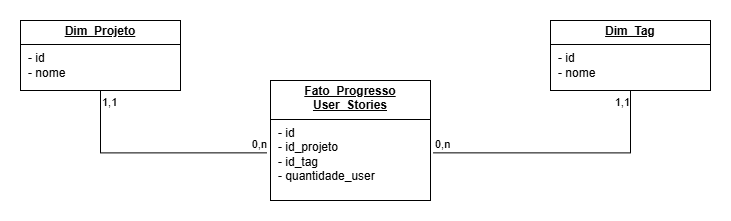
The draw.io diagram docs/data_warehouse/diagramas/V1.0.png in QuantumBitBR/API_5SEM, before a commit. Source tidied: cells renumbered, new cells last; positions are measured from the earlier drawing's top-left corner, leaving out a move shared by most shapes.
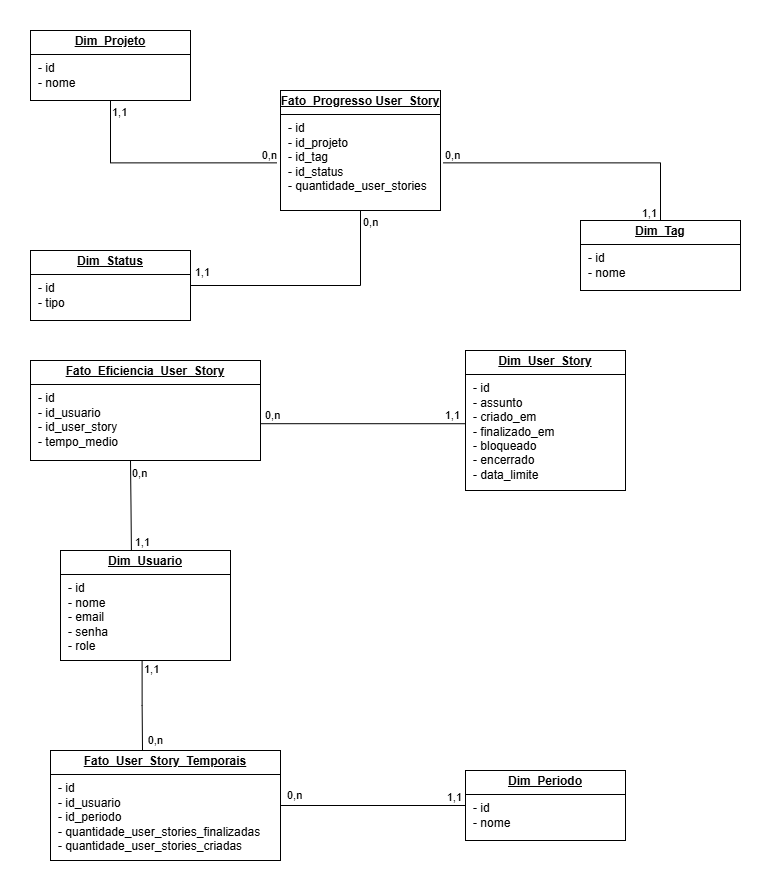
After the commit.

The edit, as a diff of the source:
```diff
@@ -2,14 +2,14 @@
   <root>
     <mxCell id="0" />
     <mxCell id="1" parent="0" />
-    <mxCell id="2" value="&lt;p style=&quot;margin:0px;margin-top:4px;text-align:center;text-decoration:underline;&quot;&gt;&lt;b&gt;Fato_Progresso User_Stories&lt;/b&gt;&lt;/p&gt;&lt;hr size=&quot;1&quot; style=&quot;border-style:solid;&quot;&gt;&lt;p style=&quot;margin:0px;margin-left:8px;&quot;&gt;- id&lt;/p&gt;&lt;p style=&quot;margin:0px;margin-left:8px;&quot;&gt;- id_projeto&lt;/p&gt;&lt;p style=&quot;margin:0px;margin-left:8px;&quot;&gt;- id_tag&lt;/p&gt;&lt;p style=&quot;margin:0px;margin-left:8px;&quot;&gt;- quantidade_user&lt;/p&gt;" style="verticalAlign=top;align=left;overflow=fill;html=1;whiteSpace=wrap;" parent="1" vertex="1">
+    <mxCell id="2" value="&lt;p style=&quot;margin:0px;margin-top:4px;text-align:center;text-decoration:underline;&quot;&gt;&lt;b&gt;Fato_Progresso User_Story&lt;/b&gt;&lt;/p&gt;&lt;hr size=&quot;1&quot; style=&quot;border-style:solid;&quot;&gt;&lt;p style=&quot;margin:0px;margin-left:8px;&quot;&gt;- id&lt;/p&gt;&lt;p style=&quot;margin:0px;margin-left:8px;&quot;&gt;- id_projeto&lt;/p&gt;&lt;p style=&quot;margin:0px;margin-left:8px;&quot;&gt;- id_tag&lt;/p&gt;&lt;p style=&quot;margin:0px;margin-left:8px;&quot;&gt;- id_status&lt;/p&gt;&lt;p style=&quot;margin:0px;margin-left:8px;&quot;&gt;- quantidade_user_stories&lt;/p&gt;" style="verticalAlign=top;align=left;overflow=fill;html=1;whiteSpace=wrap;" parent="1" vertex="1">
       <mxGeometry x="250" y="60" width="160" height="120" as="geometry" />
     </mxCell>
     <mxCell id="3" value="&lt;p style=&quot;margin:0px;margin-top:4px;text-align:center;text-decoration:underline;&quot;&gt;&lt;b&gt;Dim_Projeto&lt;/b&gt;&lt;/p&gt;&lt;hr size=&quot;1&quot; style=&quot;border-style:solid;&quot;&gt;&lt;p style=&quot;margin:0px;margin-left:8px;&quot;&gt;- id&lt;/p&gt;&lt;p style=&quot;margin:0px;margin-left:8px;&quot;&gt;- nome&lt;/p&gt;" style="verticalAlign=top;align=left;overflow=fill;html=1;whiteSpace=wrap;" parent="1" vertex="1">
       <mxGeometry width="160" height="70" as="geometry" />
     </mxCell>
     <mxCell id="4" value="&lt;p style=&quot;margin:0px;margin-top:4px;text-align:center;text-decoration:underline;&quot;&gt;&lt;b&gt;Dim_Tag&lt;/b&gt;&lt;/p&gt;&lt;hr size=&quot;1&quot; style=&quot;border-style:solid;&quot;&gt;&lt;p style=&quot;margin:0px;margin-left:8px;&quot;&gt;- id&lt;/p&gt;&lt;p style=&quot;margin:0px;margin-left:8px;&quot;&gt;- nome&lt;/p&gt;" style="verticalAlign=top;align=left;overflow=fill;html=1;whiteSpace=wrap;" parent="1" vertex="1">
-      <mxGeometry x="530" width="160" height="70" as="geometry" />
+      <mxGeometry x="550" y="190" width="160" height="70" as="geometry" />
     </mxCell>
     <mxCell id="5" style="endArrow=none;html=1;edgeStyle=orthogonalEdgeStyle;rounded=0;exitX=0.5;exitY=1;exitDx=0;exitDy=0;entryX=-0.022;entryY=0.603;entryDx=0;entryDy=0;entryPerimeter=0;" parent="1" edge="1" source="3" target="2">
       <mxGeometry relative="1" as="geometry" />
@@ -22,7 +22,7 @@
     <mxCell id="7" value="0,n" style="edgeLabel;html=1;align=right;verticalAlign=bottom;" parent="5" vertex="1">
       <mxGeometry x="1" relative="1" as="geometry" />
     </mxCell>
-    <mxCell id="8" style="endArrow=none;html=1;edgeStyle=orthogonalEdgeStyle;rounded=0;entryX=0.5;entryY=1;entryDx=0;entryDy=0;exitX=1.018;exitY=0.603;exitDx=0;exitDy=0;exitPerimeter=0;" parent="1" edge="1" source="2" target="4">
+    <mxCell id="8" style="endArrow=none;html=1;edgeStyle=orthogonalEdgeStyle;rounded=0;entryX=0.5;entryY=0;entryDx=0;entryDy=0;exitX=1.018;exitY=0.603;exitDx=0;exitDy=0;exitPerimeter=0;" parent="1" edge="1" source="2" target="4">
       <mxGeometry relative="1" as="geometry" />
     </mxCell>
     <mxCell id="9" value="0,n" style="edgeLabel;html=1;align=left;verticalAlign=bottom;" parent="8" vertex="1">
@@ -30,8 +30,95 @@
     </mxCell>
     <mxCell id="10" value="1,1" style="edgeLabel;html=1;align=right;verticalAlign=bottom;" parent="8" vertex="1">
       <mxGeometry x="1" relative="1" as="geometry">
-        <mxPoint y="20" as="offset" />
+        <mxPoint x="-3" as="offset" />
       </mxGeometry>
     </mxCell>
+    <mxCell id="11" value="&lt;p style=&quot;margin:0px;margin-top:4px;text-align:center;text-decoration:underline;&quot;&gt;&lt;b&gt;Dim_Status&lt;/b&gt;&lt;/p&gt;&lt;hr size=&quot;1&quot; style=&quot;border-style:solid;&quot;&gt;&lt;p style=&quot;margin:0px;margin-left:8px;&quot;&gt;- id&lt;/p&gt;&lt;p style=&quot;margin:0px;margin-left:8px;&quot;&gt;- tipo&lt;/p&gt;" style="verticalAlign=top;align=left;overflow=fill;html=1;whiteSpace=wrap;" parent="1" vertex="1">
+      <mxGeometry y="220" width="160" height="70" as="geometry" />
+    </mxCell>
+    <mxCell id="12" style="endArrow=none;html=1;edgeStyle=orthogonalEdgeStyle;rounded=0;entryX=1;entryY=0.5;entryDx=0;entryDy=0;exitX=0.5;exitY=1;exitDx=0;exitDy=0;" parent="1" edge="1" source="2" target="11">
+      <mxGeometry relative="1" as="geometry" />
+    </mxCell>
+    <mxCell id="13" value="0,n" style="edgeLabel;html=1;align=left;verticalAlign=bottom;" parent="12" vertex="1">
+      <mxGeometry x="-1" relative="1" as="geometry">
+        <mxPoint x="1" y="20" as="offset" />
+      </mxGeometry>
+    </mxCell>
+    <mxCell id="14" value="1,1" style="edgeLabel;html=1;align=right;verticalAlign=bottom;" parent="12" vertex="1">
+      <mxGeometry x="1" relative="1" as="geometry">
+        <mxPoint x="20" y="-5" as="offset" />
+      </mxGeometry>
+    </mxCell>
+    <mxCell id="15" value="&lt;p style=&quot;margin:0px;margin-top:4px;text-align:center;text-decoration:underline;&quot;&gt;&lt;b&gt;Fato_User_Story_Temporais&lt;/b&gt;&lt;/p&gt;&lt;hr size=&quot;1&quot; style=&quot;border-style:solid;&quot;&gt;&lt;p style=&quot;margin:0px;margin-left:8px;&quot;&gt;- id&lt;/p&gt;&lt;p style=&quot;margin:0px;margin-left:8px;&quot;&gt;- id_usuario&lt;/p&gt;&lt;p style=&quot;margin:0px;margin-left:8px;&quot;&gt;- id_periodo&lt;/p&gt;&lt;p style=&quot;margin:0px;margin-left:8px;&quot;&gt;- quantidade_user_stories_finalizadas&lt;/p&gt;&lt;p style=&quot;margin:0px;margin-left:8px;&quot;&gt;- quantidade_user_stories_criadas&lt;/p&gt;" style="verticalAlign=top;align=left;overflow=fill;html=1;whiteSpace=wrap;" parent="1" vertex="1">
+      <mxGeometry x="20" y="720" width="230" height="110" as="geometry" />
+    </mxCell>
+    <mxCell id="16" value="&lt;p style=&quot;margin:0px;margin-top:4px;text-align:center;text-decoration:underline;&quot;&gt;&lt;b&gt;Dim_Periodo&lt;/b&gt;&lt;/p&gt;&lt;hr size=&quot;1&quot; style=&quot;border-style:solid;&quot;&gt;&lt;p style=&quot;margin:0px;margin-left:8px;&quot;&gt;- id&lt;/p&gt;&lt;p style=&quot;margin:0px;margin-left:8px;&quot;&gt;- nome&lt;/p&gt;" style="verticalAlign=top;align=left;overflow=fill;html=1;whiteSpace=wrap;" parent="1" vertex="1">
+      <mxGeometry x="435" y="740" width="160" height="70" as="geometry" />
+    </mxCell>
+    <mxCell id="17" style="endArrow=none;html=1;edgeStyle=orthogonalEdgeStyle;rounded=0;entryX=0;entryY=0.5;entryDx=0;entryDy=0;exitX=1;exitY=0.5;exitDx=0;exitDy=0;" parent="1" edge="1" source="15" target="16">
+      <mxGeometry relative="1" as="geometry" />
+    </mxCell>
+    <mxCell id="18" value="0,n" style="edgeLabel;html=1;align=left;verticalAlign=bottom;" parent="17" vertex="1">
+      <mxGeometry x="-1" relative="1" as="geometry">
+        <mxPoint x="5" y="-2" as="offset" />
+      </mxGeometry>
+    </mxCell>
+    <mxCell id="19" value="1,1" style="edgeLabel;html=1;align=right;verticalAlign=bottom;" parent="17" vertex="1">
+      <mxGeometry x="1" relative="1" as="geometry">
+        <mxPoint x="-3" as="offset" />
+      </mxGeometry>
+    </mxCell>
+    <mxCell id="20" value="&lt;p style=&quot;margin:0px;margin-top:4px;text-align:center;text-decoration:underline;&quot;&gt;&lt;b&gt;Fato_Eficiencia_User_Story&lt;/b&gt;&lt;/p&gt;&lt;hr size=&quot;1&quot; style=&quot;border-style:solid;&quot;&gt;&lt;p style=&quot;margin:0px;margin-left:8px;&quot;&gt;- id&lt;/p&gt;&lt;p style=&quot;margin:0px;margin-left:8px;&quot;&gt;- id_usuario&lt;/p&gt;&lt;p style=&quot;margin:0px;margin-left:8px;&quot;&gt;- id_user_story&lt;/p&gt;&lt;p style=&quot;margin:0px;margin-left:8px;&quot;&gt;- tempo_medio&lt;/p&gt;" style="verticalAlign=top;align=left;overflow=fill;html=1;whiteSpace=wrap;" parent="1" vertex="1">
+      <mxGeometry y="330" width="230" height="100" as="geometry" />
+    </mxCell>
+    <mxCell id="21" value="&lt;p style=&quot;margin:0px;margin-top:4px;text-align:center;text-decoration:underline;&quot;&gt;&lt;b&gt;Dim_User_Story&lt;/b&gt;&lt;/p&gt;&lt;hr size=&quot;1&quot; style=&quot;border-style:solid;&quot;&gt;&lt;p style=&quot;margin:0px;margin-left:8px;&quot;&gt;- id&lt;/p&gt;&lt;p style=&quot;margin:0px;margin-left:8px;&quot;&gt;- assunto&lt;/p&gt;&lt;p style=&quot;margin:0px;margin-left:8px;&quot;&gt;- criado_em&lt;/p&gt;&lt;p style=&quot;margin:0px;margin-left:8px;&quot;&gt;- finalizado_em&lt;/p&gt;&lt;p style=&quot;margin:0px;margin-left:8px;&quot;&gt;- bloqueado&lt;/p&gt;&lt;p style=&quot;margin:0px;margin-left:8px;&quot;&gt;- encerrado&lt;/p&gt;&lt;p style=&quot;margin:0px;margin-left:8px;&quot;&gt;- data_limite&lt;/p&gt;" style="verticalAlign=top;align=left;overflow=fill;html=1;whiteSpace=wrap;" parent="1" vertex="1">
+      <mxGeometry x="435" y="320" width="160" height="140" as="geometry" />
+    </mxCell>
+    <mxCell id="22" value="&lt;p style=&quot;margin:0px;margin-top:4px;text-align:center;text-decoration:underline;&quot;&gt;&lt;b&gt;Dim_Usuario&lt;/b&gt;&lt;/p&gt;&lt;hr size=&quot;1&quot; style=&quot;border-style:solid;&quot;&gt;&lt;p style=&quot;margin:0px;margin-left:8px;&quot;&gt;- id&lt;/p&gt;&lt;p style=&quot;margin:0px;margin-left:8px;&quot;&gt;- nome&lt;/p&gt;&lt;p style=&quot;margin:0px;margin-left:8px;&quot;&gt;- email&lt;/p&gt;&lt;p style=&quot;margin:0px;margin-left:8px;&quot;&gt;- senha&lt;/p&gt;&lt;p style=&quot;margin:0px;margin-left:8px;&quot;&gt;- role&lt;/p&gt;" style="verticalAlign=top;align=left;overflow=fill;html=1;whiteSpace=wrap;" parent="1" vertex="1">
+      <mxGeometry x="30" y="520" width="170" height="110" as="geometry" />
+    </mxCell>
+    <mxCell id="23" style="endArrow=none;html=1;edgeStyle=orthogonalEdgeStyle;rounded=0;exitX=0.999;exitY=0.632;exitDx=0;exitDy=0;exitPerimeter=0;entryX=0;entryY=0.523;entryDx=0;entryDy=0;entryPerimeter=0;" parent="1" edge="1" source="20" target="21">
+      <mxGeometry relative="1" as="geometry" />
+    </mxCell>
+    <mxCell id="24" value="0,n" style="edgeLabel;html=1;align=left;verticalAlign=bottom;" parent="23" vertex="1">
+      <mxGeometry x="-1" relative="1" as="geometry">
+        <mxPoint x="3" as="offset" />
+      </mxGeometry>
+    </mxCell>
+    <mxCell id="25" value="1,1" style="edgeLabel;html=1;align=right;verticalAlign=bottom;" parent="23" vertex="1">
+      <mxGeometry x="1" relative="1" as="geometry">
+        <mxPoint x="-5" as="offset" />
+      </mxGeometry>
+    </mxCell>
+    <mxCell id="26" style="endArrow=none;html=1;edgeStyle=orthogonalEdgeStyle;rounded=0;entryX=0.417;entryY=-0.004;entryDx=0;entryDy=0;entryPerimeter=0;" parent="1" edge="1" target="22">
+      <mxGeometry relative="1" as="geometry">
+        <mxPoint x="100" y="430" as="sourcePoint" />
+      </mxGeometry>
+    </mxCell>
+    <mxCell id="27" value="0,n" style="edgeLabel;html=1;align=left;verticalAlign=bottom;" parent="26" vertex="1">
+      <mxGeometry x="-1" relative="1" as="geometry">
+        <mxPoint y="21" as="offset" />
+      </mxGeometry>
+    </mxCell>
+    <mxCell id="28" value="1,1" style="edgeLabel;html=1;align=right;verticalAlign=bottom;" parent="26" vertex="1">
+      <mxGeometry x="1" relative="1" as="geometry">
+        <mxPoint x="19" as="offset" />
+      </mxGeometry>
+    </mxCell>
+    <mxCell id="29" style="endArrow=none;html=1;edgeStyle=orthogonalEdgeStyle;rounded=0;exitX=0.48;exitY=1.001;exitDx=0;exitDy=0;exitPerimeter=0;" parent="1" edge="1" source="22">
+      <mxGeometry relative="1" as="geometry">
+        <mxPoint x="112" y="720" as="targetPoint" />
+      </mxGeometry>
+    </mxCell>
+    <mxCell id="30" value="1,1" style="edgeLabel;html=1;align=left;verticalAlign=bottom;" parent="29" vertex="1">
+      <mxGeometry x="-1" relative="1" as="geometry">
+        <mxPoint y="17" as="offset" />
+      </mxGeometry>
+    </mxCell>
+    <mxCell id="31" value="0,n" style="edgeLabel;html=1;align=right;verticalAlign=bottom;" parent="29" vertex="1">
+      <mxGeometry x="1" relative="1" as="geometry">
+        <mxPoint x="21" y="-3" as="offset" />
+      </mxGeometry>
+    </mxCell>
   </root>
 </mxGraphModel>
```
